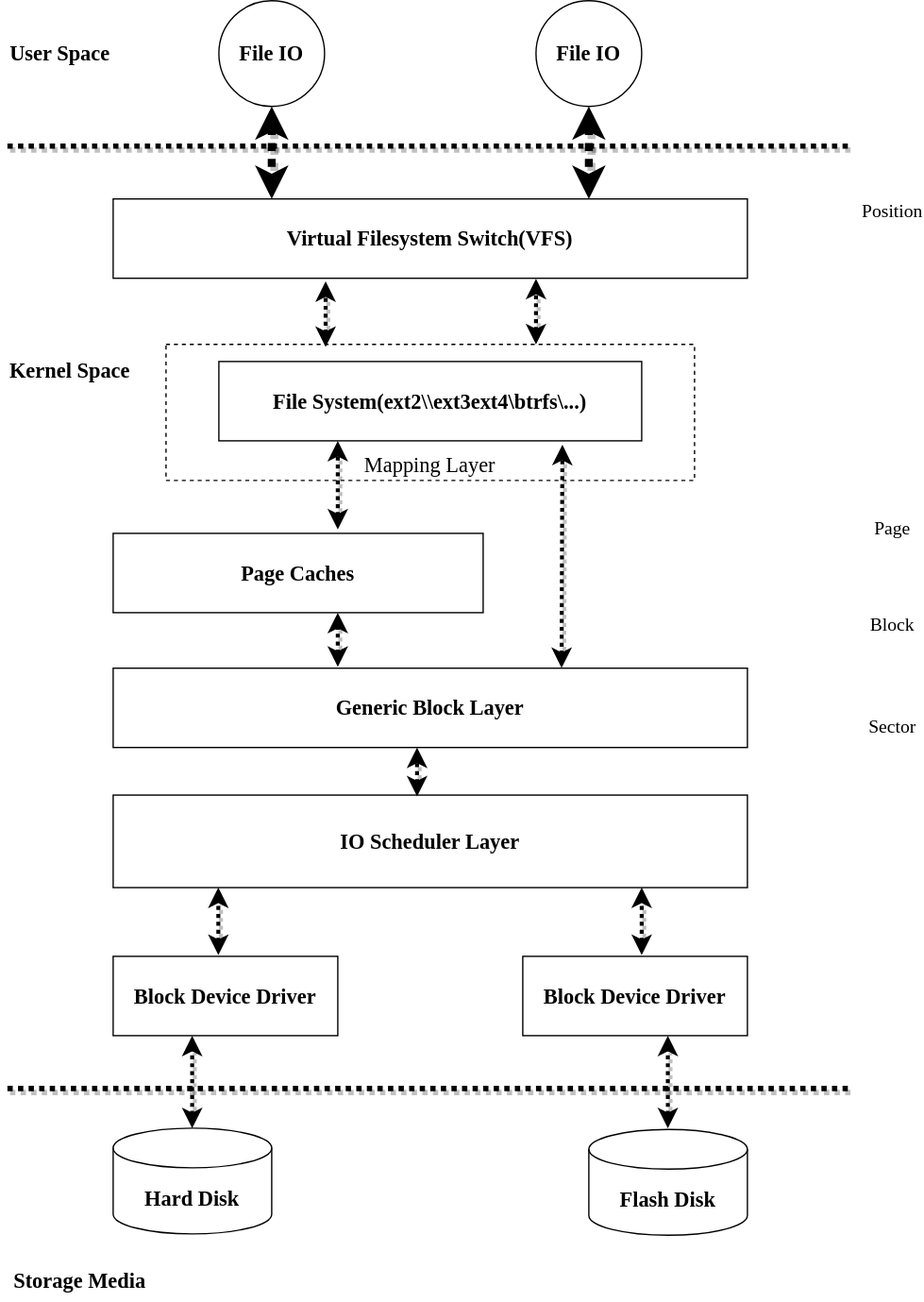
This is Untitled Diagram.svg from CheneyYin/chengyu.yan, a draw.io export, as it was before one commit. Source tidied: cells renumbered, new cells last; positions are measured from the earlier drawing's top-left corner, leaving out a move shared by most shapes. Source of this version:
```xml
<mxGraphModel background="#ffffff">
  <root>
    <mxCell id="0" />
    <mxCell id="1" parent="0" />
    <mxCell id="2" value="Mapping Layer" style="rounded=0;whiteSpace=wrap;html=1;fontFamily=Times New Roman;fontSize=16;labelBackgroundColor=none;verticalAlign=bottom;dashed=1;fillColor=none;" parent="1" vertex="1">
      <mxGeometry x="125" y="260" width="400" height="103" as="geometry" />
    </mxCell>
    <mxCell id="3" value="Virtual Filesystem Switch(VFS)" style="rounded=0;whiteSpace=wrap;html=1;fontSize=16;fontFamily=Times New Roman;fontStyle=1;" parent="1" vertex="1">
      <mxGeometry x="85" y="150" width="480" height="60" as="geometry" />
    </mxCell>
    <mxCell id="4" value="File System(ext2\\ext3ext4\btrfs\...)" style="rounded=0;whiteSpace=wrap;html=1;fontSize=16;fontFamily=Times New Roman;fontStyle=1;" parent="1" vertex="1">
      <mxGeometry x="165" y="273" width="320" height="60" as="geometry" />
    </mxCell>
    <mxCell id="5" value="Page Caches" style="rounded=0;whiteSpace=wrap;html=1;fontFamily=Times New Roman;fontSize=16;fontStyle=1;" parent="1" vertex="1">
      <mxGeometry x="85" y="403" width="280" height="60" as="geometry" />
    </mxCell>
    <mxCell id="6" value="Generic Block Layer" style="rounded=0;whiteSpace=wrap;html=1;labelBackgroundColor=none;fontFamily=Times New Roman;fontSize=16;fontStyle=1;" parent="1" vertex="1">
      <mxGeometry x="85" y="505" width="480" height="60" as="geometry" />
    </mxCell>
    <mxCell id="7" value="IO Scheduler Layer" style="rounded=0;whiteSpace=wrap;html=1;labelBackgroundColor=none;fillColor=#ffffff;fontFamily=Times New Roman;fontSize=16;fontStyle=1;" parent="1" vertex="1">
      <mxGeometry x="85" y="601" width="480" height="70" as="geometry" />
    </mxCell>
    <mxCell id="8" value="Block Device Driver" style="rounded=0;whiteSpace=wrap;html=1;labelBackgroundColor=none;fillColor=#ffffff;fontFamily=Times New Roman;fontSize=16;fontStyle=1;" parent="1" vertex="1">
      <mxGeometry x="85" y="723" width="170" height="60" as="geometry" />
    </mxCell>
    <mxCell id="9" value="Block Device Driver" style="rounded=0;whiteSpace=wrap;html=1;labelBackgroundColor=none;fillColor=#ffffff;fontFamily=Times New Roman;fontSize=16;fontStyle=1;" parent="1" vertex="1">
      <mxGeometry x="395" y="723" width="170" height="60" as="geometry" />
    </mxCell>
    <mxCell id="10" value="Hard Disk" style="shape=cylinder3;whiteSpace=wrap;html=1;boundedLbl=1;backgroundOutline=1;size=15;labelBackgroundColor=none;fillColor=#ffffff;fontFamily=Times New Roman;fontSize=16;fontStyle=1;" parent="1" vertex="1">
      <mxGeometry x="85" y="853" width="120" height="80" as="geometry" />
    </mxCell>
    <mxCell id="11" value="Flash Disk" style="shape=cylinder3;whiteSpace=wrap;html=1;boundedLbl=1;backgroundOutline=1;size=15;labelBackgroundColor=none;fillColor=#ffffff;fontFamily=Times New Roman;fontSize=16;fontStyle=1;" parent="1" vertex="1">
      <mxGeometry x="445" y="854" width="120" height="80" as="geometry" />
    </mxCell>
    <mxCell id="12" style="endArrow=none;html=1;fontFamily=Times New Roman;fontSize=16;strokeWidth=4;dashed=1;dashPattern=1 1;shadow=1;" parent="1" edge="1">
      <mxGeometry relative="1" as="geometry">
        <mxPoint x="5" y="110" as="sourcePoint" />
        <mxPoint x="645" y="110" as="targetPoint" />
      </mxGeometry>
    </mxCell>
    <mxCell id="13" value="User Space" style="text;html=1;strokeColor=none;fillColor=none;align=center;verticalAlign=middle;whiteSpace=wrap;rounded=0;labelBackgroundColor=none;fontFamily=Times New Roman;fontSize=16;fontStyle=1;" parent="1" vertex="1">
      <mxGeometry x="5" y="30" width="80" height="20" as="geometry" />
    </mxCell>
    <mxCell id="14" style="endArrow=none;html=1;fontFamily=Times New Roman;fontSize=16;strokeWidth=4;dashed=1;dashPattern=1 1;shadow=1;" parent="1" edge="1">
      <mxGeometry relative="1" as="geometry">
        <mxPoint x="5" y="823" as="sourcePoint" />
        <mxPoint x="645" y="823" as="targetPoint" />
      </mxGeometry>
    </mxCell>
    <mxCell id="15" value="Storage Media" style="text;html=1;strokeColor=none;fillColor=none;align=center;verticalAlign=middle;whiteSpace=wrap;rounded=0;labelBackgroundColor=none;fontFamily=Times New Roman;fontSize=16;fontStyle=1;" parent="1" vertex="1">
      <mxGeometry x="5" y="953" width="110" height="30" as="geometry" />
    </mxCell>
    <mxCell id="16" value="Kernel Space" style="text;html=1;strokeColor=none;fillColor=none;align=center;verticalAlign=middle;whiteSpace=wrap;rounded=0;labelBackgroundColor=none;fontFamily=Times New Roman;fontSize=16;fontStyle=1;" parent="1" vertex="1">
      <mxGeometry y="270" width="105" height="20" as="geometry" />
    </mxCell>
    <mxCell id="17" style="edgeStyle=orthogonalEdgeStyle;rounded=0;jettySize=auto;html=1;shadow=1;dashed=1;dashPattern=1 1;strokeWidth=6;fontFamily=Times New Roman;fontSize=14;labelBackgroundColor=#ffffff;startArrow=classic;startFill=1;" parent="1" edge="1" source="18" target="3">
      <mxGeometry relative="1" as="geometry">
        <Array as="points">
          <mxPoint x="205" y="140" />
          <mxPoint x="205" y="140" />
        </Array>
      </mxGeometry>
    </mxCell>
    <mxCell id="18" value="&lt;b&gt;File IO&lt;/b&gt;" style="ellipse;whiteSpace=wrap;html=1;labelBackgroundColor=none;fillColor=#ffffff;fontFamily=Times New Roman;fontSize=16;" parent="1" vertex="1">
      <mxGeometry x="165" width="80" height="80" as="geometry" />
    </mxCell>
    <mxCell id="19" value="&lt;b&gt;File IO&lt;/b&gt;" style="ellipse;whiteSpace=wrap;html=1;labelBackgroundColor=none;fillColor=#ffffff;fontFamily=Times New Roman;fontSize=16;" parent="1" vertex="1">
      <mxGeometry x="405" width="80" height="80" as="geometry" />
    </mxCell>
    <mxCell id="20" style="edgeStyle=orthogonalEdgeStyle;rounded=0;jettySize=auto;html=1;shadow=1;dashed=1;dashPattern=1 1;strokeWidth=6;fontFamily=Times New Roman;fontSize=14;labelBackgroundColor=#ffffff;startArrow=classic;startFill=1;entryX=0.75;entryY=0;entryDx=0;entryDy=0;exitX=0.5;exitY=1;exitDx=0;exitDy=0;" parent="1" edge="1" source="19" target="3">
      <mxGeometry relative="1" as="geometry">
        <Array as="points">
          <mxPoint x="445" y="120" />
          <mxPoint x="445" y="120" />
        </Array>
      </mxGeometry>
    </mxCell>
    <mxCell id="21" style="endArrow=classic;startArrow=classic;html=1;shadow=1;dashed=1;dashPattern=1 1;labelBackgroundColor=#ffffff;strokeWidth=3;fontFamily=Times New Roman;fontSize=14;entryX=0.335;entryY=1.04;entryDx=0;entryDy=0;entryPerimeter=0;exitX=0.302;exitY=0.019;exitDx=0;exitDy=0;exitPerimeter=0;" parent="1" edge="1" source="2" target="3">
      <mxGeometry relative="1" as="geometry" />
    </mxCell>
    <mxCell id="22" style="endArrow=classic;startArrow=classic;html=1;shadow=1;dashed=1;dashPattern=1 1;labelBackgroundColor=#ffffff;strokeWidth=3;fontFamily=Times New Roman;fontSize=14;entryX=0.335;entryY=1.04;entryDx=0;entryDy=0;entryPerimeter=0;exitX=0.302;exitY=0.019;exitDx=0;exitDy=0;exitPerimeter=0;" parent="1" edge="1">
      <mxGeometry relative="1" as="geometry">
        <mxPoint x="405" y="260" as="sourcePoint" />
        <mxPoint x="405" y="210.4" as="targetPoint" />
      </mxGeometry>
    </mxCell>
    <mxCell id="23" style="endArrow=classic;startArrow=classic;html=1;shadow=1;dashed=1;dashPattern=1 1;labelBackgroundColor=#ffffff;strokeWidth=3;fontFamily=Times New Roman;fontSize=14;entryX=0.335;entryY=1.04;entryDx=0;entryDy=0;entryPerimeter=0;" parent="1" edge="1">
      <mxGeometry relative="1" as="geometry">
        <mxPoint x="255" y="400" as="sourcePoint" />
        <mxPoint x="255" y="333" as="targetPoint" />
      </mxGeometry>
    </mxCell>
    <mxCell id="24" style="endArrow=classic;startArrow=classic;html=1;shadow=1;dashed=1;dashPattern=1 1;labelBackgroundColor=#ffffff;strokeWidth=3;fontFamily=Times New Roman;fontSize=14;entryX=0.335;entryY=1.04;entryDx=0;entryDy=0;entryPerimeter=0;exitX=0.707;exitY=-0.003;exitDx=0;exitDy=0;exitPerimeter=0;" parent="1" edge="1" source="6">
      <mxGeometry relative="1" as="geometry">
        <mxPoint x="425" y="336" as="targetPoint" />
      </mxGeometry>
    </mxCell>
    <mxCell id="25" style="endArrow=classic;startArrow=classic;html=1;shadow=1;dashed=1;dashPattern=1 1;labelBackgroundColor=#ffffff;strokeWidth=3;fontFamily=Times New Roman;fontSize=14;entryX=0.335;entryY=1.04;entryDx=0;entryDy=0;entryPerimeter=0;" parent="1" edge="1">
      <mxGeometry relative="1" as="geometry">
        <mxPoint x="255" y="504" as="sourcePoint" />
        <mxPoint x="255" y="463" as="targetPoint" />
      </mxGeometry>
    </mxCell>
    <mxCell id="26" style="endArrow=classic;startArrow=classic;html=1;shadow=1;dashed=1;dashPattern=1 1;labelBackgroundColor=#ffffff;strokeWidth=3;fontFamily=Times New Roman;fontSize=14;entryX=0.335;entryY=1.04;entryDx=0;entryDy=0;entryPerimeter=0;" parent="1" edge="1">
      <mxGeometry relative="1" as="geometry">
        <mxPoint x="315" y="602" as="sourcePoint" />
        <mxPoint x="315" y="565" as="targetPoint" />
      </mxGeometry>
    </mxCell>
    <mxCell id="27" style="endArrow=classic;startArrow=classic;html=1;shadow=1;dashed=1;dashPattern=1 1;labelBackgroundColor=#ffffff;strokeWidth=3;fontFamily=Times New Roman;fontSize=14;entryX=0.335;entryY=1.04;entryDx=0;entryDy=0;entryPerimeter=0;" parent="1" edge="1">
      <mxGeometry relative="1" as="geometry">
        <mxPoint x="164.6" y="722" as="sourcePoint" />
        <mxPoint x="164.6" y="671" as="targetPoint" />
      </mxGeometry>
    </mxCell>
    <mxCell id="28" style="endArrow=classic;startArrow=classic;html=1;shadow=1;dashed=1;dashPattern=1 1;labelBackgroundColor=#ffffff;strokeWidth=3;fontFamily=Times New Roman;fontSize=14;entryX=0.335;entryY=1.04;entryDx=0;entryDy=0;entryPerimeter=0;" parent="1" edge="1">
      <mxGeometry relative="1" as="geometry">
        <mxPoint x="485" y="722" as="sourcePoint" />
        <mxPoint x="485" y="671" as="targetPoint" />
      </mxGeometry>
    </mxCell>
    <mxCell id="29" style="endArrow=classic;startArrow=classic;html=1;shadow=1;dashed=1;dashPattern=1 1;labelBackgroundColor=#ffffff;strokeWidth=3;fontFamily=Times New Roman;fontSize=14;entryX=0.335;entryY=1.04;entryDx=0;entryDy=0;entryPerimeter=0;" parent="1" edge="1">
      <mxGeometry relative="1" as="geometry">
        <mxPoint x="144.8" y="853" as="sourcePoint" />
        <mxPoint x="144.8" y="783" as="targetPoint" />
      </mxGeometry>
    </mxCell>
    <mxCell id="30" style="endArrow=classic;startArrow=classic;html=1;shadow=1;dashed=1;dashPattern=1 1;labelBackgroundColor=#ffffff;strokeWidth=3;fontFamily=Times New Roman;fontSize=14;entryX=0.335;entryY=1.04;entryDx=0;entryDy=0;entryPerimeter=0;" parent="1" edge="1">
      <mxGeometry relative="1" as="geometry">
        <mxPoint x="504.8" y="853" as="sourcePoint" />
        <mxPoint x="504.8" y="783" as="targetPoint" />
      </mxGeometry>
    </mxCell>
    <mxCell id="31" value="Position" style="text;html=1;strokeColor=none;fillColor=none;align=center;verticalAlign=middle;whiteSpace=wrap;rounded=0;labelBackgroundColor=none;fontFamily=Times New Roman;fontSize=14;" parent="1" vertex="1">
      <mxGeometry x="655" y="150" width="40" height="20" as="geometry" />
    </mxCell>
    <mxCell id="32" value="Page" style="text;html=1;strokeColor=none;fillColor=none;align=center;verticalAlign=middle;whiteSpace=wrap;rounded=0;labelBackgroundColor=none;fontFamily=Times New Roman;fontSize=14;" parent="1" vertex="1">
      <mxGeometry x="655" y="390" width="40" height="20" as="geometry" />
    </mxCell>
    <mxCell id="33" value="Block" style="text;html=1;strokeColor=none;fillColor=none;align=center;verticalAlign=middle;whiteSpace=wrap;rounded=0;labelBackgroundColor=none;fontFamily=Times New Roman;fontSize=14;" parent="1" vertex="1">
      <mxGeometry x="655" y="463" width="40" height="20" as="geometry" />
    </mxCell>
    <mxCell id="34" value="Sector" style="text;html=1;strokeColor=none;fillColor=none;align=center;verticalAlign=middle;whiteSpace=wrap;rounded=0;labelBackgroundColor=none;fontFamily=Times New Roman;fontSize=14;" parent="1" vertex="1">
      <mxGeometry x="655" y="540" width="40" height="20" as="geometry" />
    </mxCell>
  </root>
</mxGraphModel>
```
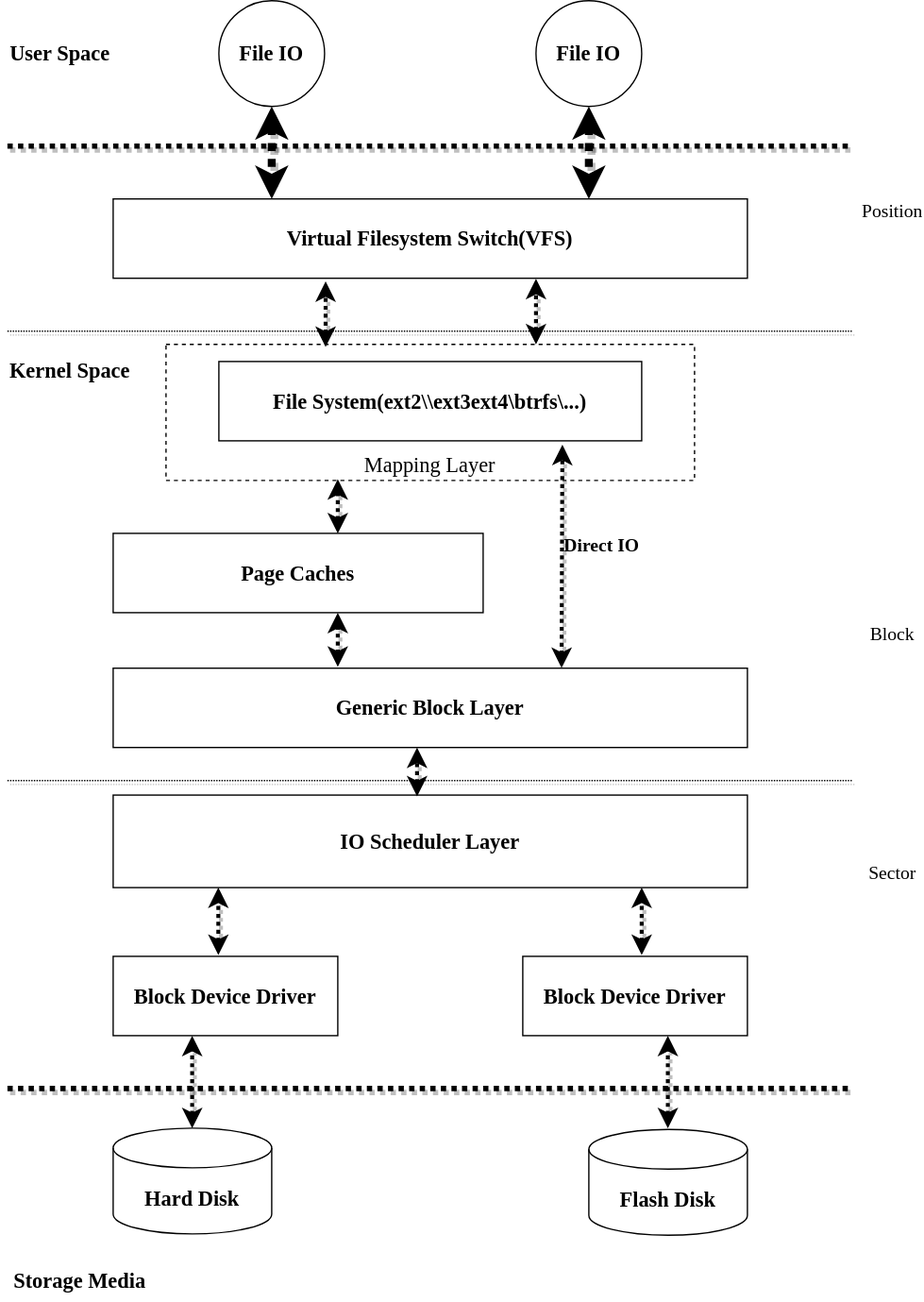
The same diagram one commit later.

Diff of the diagram source:
```diff
@@ -84,10 +84,10 @@
         <mxPoint x="405" y="210.4" as="targetPoint" />
       </mxGeometry>
     </mxCell>
-    <mxCell id="23" style="endArrow=classic;startArrow=classic;html=1;shadow=1;dashed=1;dashPattern=1 1;labelBackgroundColor=#ffffff;strokeWidth=3;fontFamily=Times New Roman;fontSize=14;entryX=0.335;entryY=1.04;entryDx=0;entryDy=0;entryPerimeter=0;" parent="1" edge="1">
+    <mxCell id="23" style="endArrow=classic;startArrow=classic;html=1;shadow=1;dashed=1;dashPattern=1 1;labelBackgroundColor=#ffffff;strokeWidth=3;fontFamily=Times New Roman;fontSize=14;" parent="1" edge="1">
       <mxGeometry relative="1" as="geometry">
-        <mxPoint x="255" y="400" as="sourcePoint" />
-        <mxPoint x="255" y="333" as="targetPoint" />
+        <mxPoint x="255" y="403" as="sourcePoint" />
+        <mxPoint x="255" y="362" as="targetPoint" />
       </mxGeometry>
     </mxCell>
     <mxCell id="24" style="endArrow=classic;startArrow=classic;html=1;shadow=1;dashed=1;dashPattern=1 1;labelBackgroundColor=#ffffff;strokeWidth=3;fontFamily=Times New Roman;fontSize=14;entryX=0.335;entryY=1.04;entryDx=0;entryDy=0;entryPerimeter=0;exitX=0.707;exitY=-0.003;exitDx=0;exitDy=0;exitPerimeter=0;" parent="1" edge="1" source="6">
@@ -134,14 +134,26 @@
     <mxCell id="31" value="Position" style="text;html=1;strokeColor=none;fillColor=none;align=center;verticalAlign=middle;whiteSpace=wrap;rounded=0;labelBackgroundColor=none;fontFamily=Times New Roman;fontSize=14;" parent="1" vertex="1">
       <mxGeometry x="655" y="150" width="40" height="20" as="geometry" />
     </mxCell>
-    <mxCell id="32" value="Page" style="text;html=1;strokeColor=none;fillColor=none;align=center;verticalAlign=middle;whiteSpace=wrap;rounded=0;labelBackgroundColor=none;fontFamily=Times New Roman;fontSize=14;" parent="1" vertex="1">
-      <mxGeometry x="655" y="390" width="40" height="20" as="geometry" />
-    </mxCell>
     <mxCell id="33" value="Block" style="text;html=1;strokeColor=none;fillColor=none;align=center;verticalAlign=middle;whiteSpace=wrap;rounded=0;labelBackgroundColor=none;fontFamily=Times New Roman;fontSize=14;" parent="1" vertex="1">
-      <mxGeometry x="655" y="463" width="40" height="20" as="geometry" />
+      <mxGeometry x="655" y="470" width="40" height="20" as="geometry" />
     </mxCell>
     <mxCell id="34" value="Sector" style="text;html=1;strokeColor=none;fillColor=none;align=center;verticalAlign=middle;whiteSpace=wrap;rounded=0;labelBackgroundColor=none;fontFamily=Times New Roman;fontSize=14;" parent="1" vertex="1">
-      <mxGeometry x="655" y="540" width="40" height="20" as="geometry" />
+      <mxGeometry x="655" y="651" width="40" height="20" as="geometry" />
     </mxCell>
+    <mxCell id="35" style="endArrow=none;html=1;fontFamily=Times New Roman;fontSize=16;strokeWidth=1;dashed=1;dashPattern=1 1;shadow=1;" parent="1" edge="1">
+      <mxGeometry relative="1" as="geometry">
+        <mxPoint x="5" y="250" as="sourcePoint" />
+        <mxPoint x="645" y="250" as="targetPoint" />
+      </mxGeometry>
+    </mxCell>
+    <mxCell id="36" style="endArrow=none;html=1;fontFamily=Times New Roman;fontSize=16;strokeWidth=1;dashed=1;dashPattern=1 1;shadow=1;" parent="1" edge="1">
+      <mxGeometry relative="1" as="geometry">
+        <mxPoint x="5" y="590" as="sourcePoint" />
+        <mxPoint x="645" y="590" as="targetPoint" />
+      </mxGeometry>
+    </mxCell>
+    <mxCell id="37" value="Direct IO" style="text;html=1;strokeColor=none;fillColor=none;align=center;verticalAlign=middle;whiteSpace=wrap;rounded=0;labelBackgroundColor=none;fontFamily=Times New Roman;fontSize=14;fontStyle=1;" parent="1" vertex="1">
+      <mxGeometry x="425" y="403" width="60" height="20" as="geometry" />
+    </mxCell>
   </root>
 </mxGraphModel>
```
